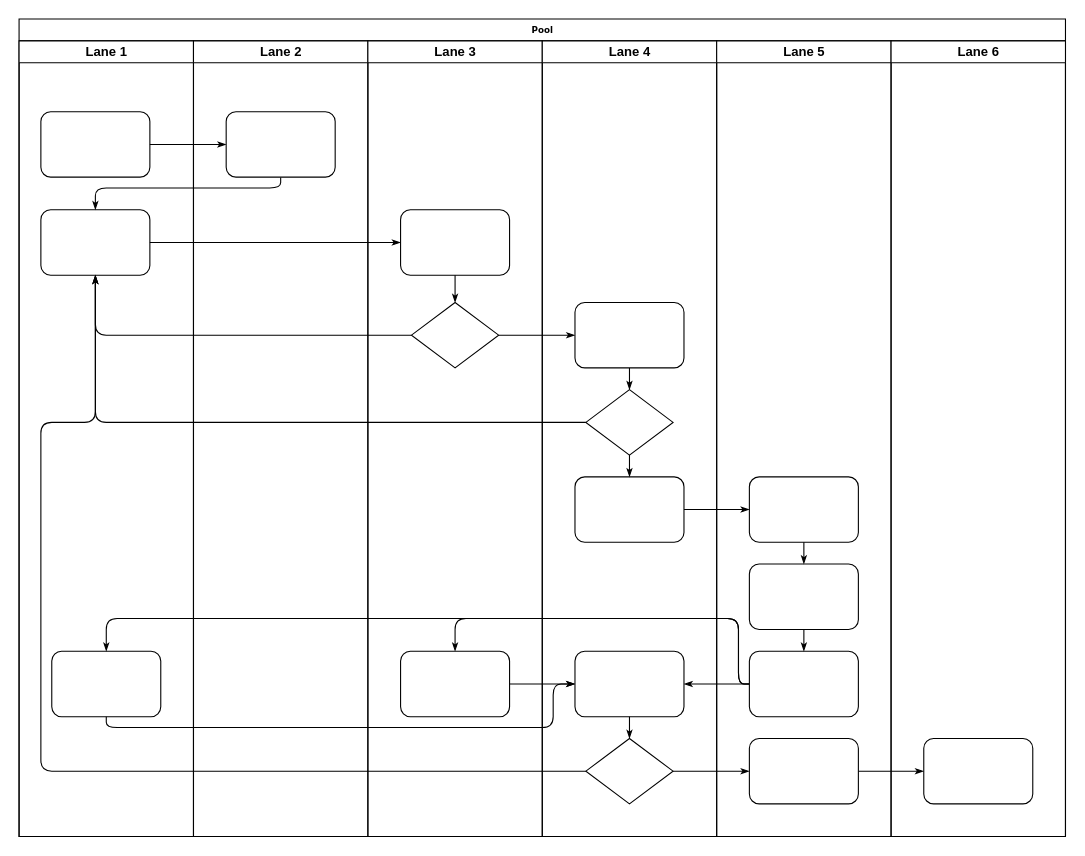
The draw.io diagram Untitled Diagram.drawio in mookeng49/Flowchart, before the edit. Source tidied: cells renumbered, new cells numbered last; positions are measured from the earlier drawing's top-left corner, leaving out a move shared by most shapes. Both pictures are drawn from the tidied source at 109%, with x=0, y=0 at pixel (19, 19).
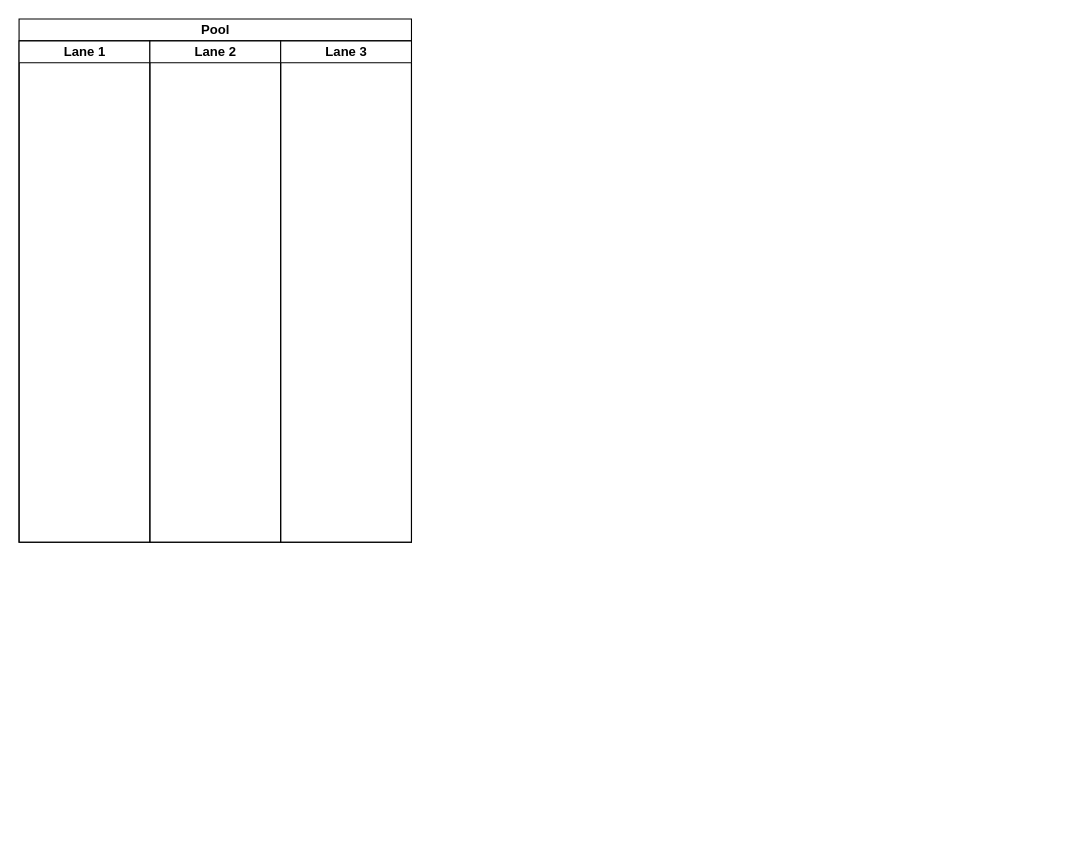
The same diagram, later.

What changed in the source:
```diff
@@
-<mxGraphModel background="#ffffff">
+<mxGraphModel>
@@
-    <mxCell id="2" value="Pool" style="swimlane;html=1;startSize=20;rounded=0;shadow=0;labelBackgroundColor=none;strokeWidth=1;fontFamily=Verdana;fontSize=8;align=center;" parent="1" vertex="1">
-      <mxGeometry width="960" height="750" as="geometry" />
+    <mxCell id="2" value="Pool" style="swimlane;html=1;startSize=20;" parent="1" vertex="1">
+      <mxGeometry width="360" height="480" as="geometry" />
     </mxCell>
     <mxCell id="3" value="Lane 1" style="swimlane;html=1;startSize=20;" parent="2" vertex="1">
-      <mxGeometry y="20" width="160" height="730" as="geometry" />
+      <mxGeometry y="20" width="120" height="460" as="geometry" />
     </mxCell>
-    <mxCell id="4" style="rounded=1;whiteSpace=wrap;html=1;shadow=0;labelBackgroundColor=none;strokeWidth=1;fontFamily=Verdana;fontSize=8;align=center;" parent="3" vertex="1">
-      <mxGeometry x="20" y="65" width="100" height="60" as="geometry" />
-    </mxCell>
-    <mxCell id="5" style="rounded=1;whiteSpace=wrap;html=1;shadow=0;labelBackgroundColor=none;strokeWidth=1;fontFamily=Verdana;fontSize=8;align=center;" parent="3" vertex="1">
-      <mxGeometry x="20" y="155" width="100" height="60" as="geometry" />
-    </mxCell>
-    <mxCell id="6" style="rounded=1;whiteSpace=wrap;html=1;shadow=0;labelBackgroundColor=none;strokeWidth=1;fontFamily=Verdana;fontSize=8;align=center;" parent="3" vertex="1">
-      <mxGeometry x="30" y="560" width="100" height="60" as="geometry" />
-    </mxCell>
-    <mxCell id="7" style="edgeStyle=orthogonalEdgeStyle;rounded=1;html=1;labelBackgroundColor=none;startArrow=none;startFill=0;startSize=5;endArrow=classicThin;endFill=1;endSize=5;jettySize=auto;strokeWidth=1;fontFamily=Verdana;fontSize=8;" parent="2" edge="1" source="4" target="23">
-      <mxGeometry relative="1" as="geometry" />
-    </mxCell>
-    <mxCell id="8" style="edgeStyle=orthogonalEdgeStyle;rounded=1;html=1;labelBackgroundColor=none;startArrow=none;startFill=0;startSize=5;endArrow=classicThin;endFill=1;endSize=5;jettySize=auto;strokeWidth=1;fontFamily=Verdana;fontSize=8;" parent="2" edge="1" source="23" target="5">
-      <mxGeometry relative="1" as="geometry">
-        <Array as="points">
-          <mxPoint x="240" y="155" />
-          <mxPoint x="70" y="155" />
-        </Array>
-      </mxGeometry>
-    </mxCell>
-    <mxCell id="9" style="edgeStyle=orthogonalEdgeStyle;rounded=1;html=1;labelBackgroundColor=none;startArrow=none;startFill=0;startSize=5;endArrow=classicThin;endFill=1;endSize=5;jettySize=auto;strokeWidth=1;fontFamily=Verdana;fontSize=8;" parent="2" edge="1" source="5" target="25">
-      <mxGeometry relative="1" as="geometry" />
-    </mxCell>
-    <mxCell id="10" style="edgeStyle=orthogonalEdgeStyle;rounded=1;html=1;labelBackgroundColor=none;startArrow=none;startFill=0;startSize=5;endArrow=classicThin;endFill=1;endSize=5;jettySize=auto;strokeWidth=1;fontFamily=Verdana;fontSize=8;" parent="2" edge="1" source="26" target="5">
-      <mxGeometry relative="1" as="geometry" />
-    </mxCell>
-    <mxCell id="11" style="edgeStyle=orthogonalEdgeStyle;rounded=1;html=1;labelBackgroundColor=none;startArrow=none;startFill=0;startSize=5;endArrow=classicThin;endFill=1;endSize=5;jettySize=auto;strokeWidth=1;fontFamily=Verdana;fontSize=8;" parent="2" edge="1" source="31" target="5">
-      <mxGeometry relative="1" as="geometry" />
-    </mxCell>
-    <mxCell id="12" style="edgeStyle=orthogonalEdgeStyle;rounded=1;html=1;labelBackgroundColor=none;startArrow=none;startFill=0;startSize=5;endArrow=classicThin;endFill=1;endSize=5;jettySize=auto;strokeWidth=1;fontFamily=Verdana;fontSize=8;" parent="2" edge="1" source="34" target="5">
-      <mxGeometry relative="1" as="geometry">
-        <Array as="points">
-          <mxPoint x="20" y="690" />
-          <mxPoint x="20" y="370" />
-          <mxPoint x="70" y="370" />
-        </Array>
-      </mxGeometry>
-    </mxCell>
-    <mxCell id="13" style="edgeStyle=orthogonalEdgeStyle;rounded=1;html=1;labelBackgroundColor=none;startArrow=none;startFill=0;startSize=5;endArrow=classicThin;endFill=1;endSize=5;jettySize=auto;strokeWidth=1;fontFamily=Verdana;fontSize=8;" parent="2" edge="1" source="26" target="30">
-      <mxGeometry relative="1" as="geometry" />
-    </mxCell>
-    <mxCell id="14" style="edgeStyle=orthogonalEdgeStyle;rounded=1;html=1;labelBackgroundColor=none;startArrow=none;startFill=0;startSize=5;endArrow=classicThin;endFill=1;endSize=5;jettySize=auto;strokeWidth=1;fontFamily=Verdana;fontSize=8;" parent="2" edge="1" source="34" target="42">
-      <mxGeometry relative="1" as="geometry" />
-    </mxCell>
-    <mxCell id="15" style="edgeStyle=orthogonalEdgeStyle;rounded=1;html=1;labelBackgroundColor=none;startArrow=none;startFill=0;startSize=5;endArrow=classicThin;endFill=1;endSize=5;jettySize=auto;strokeWidth=1;fontFamily=Verdana;fontSize=8;" parent="2" edge="1" source="42" target="46">
-      <mxGeometry relative="1" as="geometry" />
-    </mxCell>
-    <mxCell id="16" style="edgeStyle=orthogonalEdgeStyle;rounded=1;html=1;labelBackgroundColor=none;startArrow=none;startFill=0;startSize=5;endArrow=classicThin;endFill=1;endSize=5;jettySize=auto;strokeWidth=1;fontFamily=Verdana;fontSize=8;" parent="2" edge="1" source="32" target="39">
-      <mxGeometry relative="1" as="geometry" />
-    </mxCell>
-    <mxCell id="17" style="edgeStyle=orthogonalEdgeStyle;rounded=1;html=1;labelBackgroundColor=none;startArrow=none;startFill=0;startSize=5;endArrow=classicThin;endFill=1;endSize=5;jettySize=auto;strokeWidth=1;fontFamily=Verdana;fontSize=8;" parent="2" edge="1" source="41" target="27">
-      <mxGeometry relative="1" as="geometry">
-        <Array as="points">
-          <mxPoint x="660" y="610" />
-          <mxPoint x="660" y="550" />
-          <mxPoint x="400" y="550" />
-        </Array>
-      </mxGeometry>
-    </mxCell>
-    <mxCell id="18" style="edgeStyle=orthogonalEdgeStyle;rounded=1;html=1;labelBackgroundColor=none;startArrow=none;startFill=0;startSize=5;endArrow=classicThin;endFill=1;endSize=5;jettySize=auto;strokeColor=#000000;strokeWidth=1;fontFamily=Verdana;fontSize=8;fontColor=#000000;" parent="2" edge="1" source="41" target="33">
-      <mxGeometry relative="1" as="geometry" />
-    </mxCell>
-    <mxCell id="19" style="edgeStyle=orthogonalEdgeStyle;rounded=1;html=1;labelBackgroundColor=none;startArrow=none;startFill=0;startSize=5;endArrow=classicThin;endFill=1;endSize=5;jettySize=auto;strokeWidth=1;fontFamily=Verdana;fontSize=8;" parent="2" edge="1" source="41" target="6">
-      <mxGeometry relative="1" as="geometry">
-        <Array as="points">
-          <mxPoint x="660" y="610" />
-          <mxPoint x="660" y="550" />
-          <mxPoint x="80" y="550" />
-        </Array>
-      </mxGeometry>
-    </mxCell>
-    <mxCell id="20" style="edgeStyle=orthogonalEdgeStyle;rounded=1;html=1;labelBackgroundColor=none;startArrow=none;startFill=0;startSize=5;endArrow=classicThin;endFill=1;endSize=5;jettySize=auto;strokeWidth=1;fontFamily=Verdana;fontSize=8;" parent="2" edge="1" source="6" target="33">
-      <mxGeometry relative="1" as="geometry">
-        <Array as="points">
-          <mxPoint x="80" y="650" />
-          <mxPoint x="490" y="650" />
-          <mxPoint x="490" y="610" />
-        </Array>
-      </mxGeometry>
-    </mxCell>
-    <mxCell id="21" style="edgeStyle=orthogonalEdgeStyle;rounded=1;html=1;labelBackgroundColor=none;startArrow=none;startFill=0;startSize=5;endArrow=classicThin;endFill=1;endSize=5;jettySize=auto;strokeWidth=1;fontFamily=Verdana;fontSize=8;" parent="2" edge="1" source="27" target="33">
-      <mxGeometry relative="1" as="geometry" />
-    </mxCell>
     <mxCell id="22" value="Lane 2" style="swimlane;html=1;startSize=20;" parent="2" vertex="1">
-      <mxGeometry x="160" y="20" width="160" height="730" as="geometry" />
+      <mxGeometry x="120" y="20" width="120" height="460" as="geometry" />
     </mxCell>
-    <mxCell id="23" style="rounded=1;whiteSpace=wrap;html=1;shadow=0;labelBackgroundColor=none;strokeWidth=1;fontFamily=Verdana;fontSize=8;align=center;" parent="22" vertex="1">
-      <mxGeometry x="30" y="65" width="100" height="60" as="geometry" />
-    </mxCell>
     <mxCell id="24" value="Lane 3" style="swimlane;html=1;startSize=20;" parent="2" vertex="1">
-      <mxGeometry x="320" y="20" width="160" height="730" as="geometry" />
+      <mxGeometry x="240" y="20" width="120" height="460" as="geometry" />
     </mxCell>
-    <mxCell id="25" style="rounded=1;whiteSpace=wrap;html=1;shadow=0;labelBackgroundColor=none;strokeWidth=1;fontFamily=Verdana;fontSize=8;align=center;" parent="24" vertex="1">
-      <mxGeometry x="30" y="155" width="100" height="60" as="geometry" />
-    </mxCell>
-    <mxCell id="26" style="rhombus;whiteSpace=wrap;html=1;rounded=0;shadow=0;labelBackgroundColor=none;strokeWidth=1;fontFamily=Verdana;fontSize=8;align=center;" parent="24" vertex="1">
-      <mxGeometry x="40" y="240" width="80" height="60" as="geometry" />
-    </mxCell>
-    <mxCell id="27" style="rounded=1;whiteSpace=wrap;html=1;shadow=0;labelBackgroundColor=none;strokeWidth=1;fontFamily=Verdana;fontSize=8;align=center;" parent="24" vertex="1">
-      <mxGeometry x="30" y="560" width="100" height="60" as="geometry" />
-    </mxCell>
-    <mxCell id="28" style="edgeStyle=orthogonalEdgeStyle;rounded=1;html=1;labelBackgroundColor=none;startArrow=none;startFill=0;startSize=5;endArrow=classicThin;endFill=1;endSize=5;jettySize=auto;strokeWidth=1;fontFamily=Verdana;fontSize=8;" parent="24" edge="1" source="25" target="26">
-      <mxGeometry relative="1" as="geometry" />
-    </mxCell>
-    <mxCell id="29" value="Lane 4" style="swimlane;html=1;startSize=20;" parent="2" vertex="1">
-      <mxGeometry x="480" y="20" width="160" height="730" as="geometry" />
-    </mxCell>
-    <mxCell id="30" style="rounded=1;whiteSpace=wrap;html=1;shadow=0;labelBackgroundColor=none;strokeWidth=1;fontFamily=Verdana;fontSize=8;align=center;" parent="29" vertex="1">
-      <mxGeometry x="30" y="240" width="100" height="60" as="geometry" />
-    </mxCell>
-    <mxCell id="31" style="rhombus;whiteSpace=wrap;html=1;rounded=0;shadow=0;labelBackgroundColor=none;strokeWidth=1;fontFamily=Verdana;fontSize=8;align=center;" parent="29" vertex="1">
-      <mxGeometry x="40" y="320" width="80" height="60" as="geometry" />
-    </mxCell>
-    <mxCell id="32" style="rounded=1;whiteSpace=wrap;html=1;shadow=0;labelBackgroundColor=none;strokeWidth=1;fontFamily=Verdana;fontSize=8;align=center;" parent="29" vertex="1">
-      <mxGeometry x="30" y="400" width="100" height="60" as="geometry" />
-    </mxCell>
-    <mxCell id="33" style="rounded=1;whiteSpace=wrap;html=1;shadow=0;labelBackgroundColor=none;strokeWidth=1;fontFamily=Verdana;fontSize=8;align=center;" parent="29" vertex="1">
-      <mxGeometry x="30" y="560" width="100" height="60" as="geometry" />
-    </mxCell>
-    <mxCell id="34" style="rhombus;whiteSpace=wrap;html=1;rounded=0;shadow=0;labelBackgroundColor=none;strokeWidth=1;fontFamily=Verdana;fontSize=8;align=center;" parent="29" vertex="1">
-      <mxGeometry x="40" y="640" width="80" height="60" as="geometry" />
-    </mxCell>
-    <mxCell id="35" style="edgeStyle=orthogonalEdgeStyle;rounded=1;html=1;labelBackgroundColor=none;startArrow=none;startFill=0;startSize=5;endArrow=classicThin;endFill=1;endSize=5;jettySize=auto;strokeColor=#000000;strokeWidth=1;fontFamily=Verdana;fontSize=8;fontColor=#000000;" parent="29" edge="1" source="30" target="31">
-      <mxGeometry relative="1" as="geometry" />
-    </mxCell>
-    <mxCell id="36" style="edgeStyle=orthogonalEdgeStyle;rounded=1;html=1;labelBackgroundColor=none;startArrow=none;startFill=0;startSize=5;endArrow=classicThin;endFill=1;endSize=5;jettySize=auto;strokeWidth=1;fontFamily=Verdana;fontSize=8;" parent="29" edge="1" source="31" target="32">
-      <mxGeometry relative="1" as="geometry" />
-    </mxCell>
-    <mxCell id="37" style="edgeStyle=orthogonalEdgeStyle;rounded=1;html=1;labelBackgroundColor=none;startArrow=none;startFill=0;startSize=5;endArrow=classicThin;endFill=1;endSize=5;jettySize=auto;strokeWidth=1;fontFamily=Verdana;fontSize=8;" parent="29" edge="1" source="33" target="34">
-      <mxGeometry relative="1" as="geometry" />
-    </mxCell>
-    <mxCell id="38" value="Lane 5" style="swimlane;html=1;startSize=20;" parent="2" vertex="1">
-      <mxGeometry x="640" y="20" width="160" height="730" as="geometry" />
-    </mxCell>
-    <mxCell id="39" style="rounded=1;whiteSpace=wrap;html=1;shadow=0;labelBackgroundColor=none;strokeWidth=1;fontFamily=Verdana;fontSize=8;align=center;" parent="38" vertex="1">
-      <mxGeometry x="30" y="400" width="100" height="60" as="geometry" />
-    </mxCell>
-    <mxCell id="40" style="rounded=1;whiteSpace=wrap;html=1;shadow=0;labelBackgroundColor=none;strokeWidth=1;fontFamily=Verdana;fontSize=8;align=center;" parent="38" vertex="1">
-      <mxGeometry x="30" y="480" width="100" height="60" as="geometry" />
-    </mxCell>
-    <mxCell id="41" style="rounded=1;whiteSpace=wrap;html=1;shadow=0;labelBackgroundColor=none;strokeWidth=1;fontFamily=Verdana;fontSize=8;align=center;" parent="38" vertex="1">
-      <mxGeometry x="30" y="560" width="100" height="60" as="geometry" />
-    </mxCell>
-    <mxCell id="42" style="rounded=1;whiteSpace=wrap;html=1;shadow=0;labelBackgroundColor=none;strokeWidth=1;fontFamily=Verdana;fontSize=8;align=center;" parent="38" vertex="1">
-      <mxGeometry x="30" y="640" width="100" height="60" as="geometry" />
-    </mxCell>
-    <mxCell id="43" style="edgeStyle=orthogonalEdgeStyle;rounded=1;html=1;labelBackgroundColor=none;startArrow=none;startFill=0;startSize=5;endArrow=classicThin;endFill=1;endSize=5;jettySize=auto;strokeWidth=1;fontFamily=Verdana;fontSize=8;" parent="38" edge="1" source="39" target="40">
-      <mxGeometry relative="1" as="geometry" />
-    </mxCell>
-    <mxCell id="44" style="edgeStyle=orthogonalEdgeStyle;rounded=1;html=1;labelBackgroundColor=none;startArrow=none;startFill=0;startSize=5;endArrow=classicThin;endFill=1;endSize=5;jettySize=auto;strokeWidth=1;fontFamily=Verdana;fontSize=8;" parent="38" edge="1" source="40" target="41">
-      <mxGeometry relative="1" as="geometry" />
-    </mxCell>
-    <mxCell id="45" value="Lane 6" style="swimlane;html=1;startSize=20;" parent="2" vertex="1">
-      <mxGeometry x="800" y="20" width="160" height="730" as="geometry" />
-    </mxCell>
-    <mxCell id="46" style="rounded=1;whiteSpace=wrap;html=1;shadow=0;labelBackgroundColor=none;strokeWidth=1;fontFamily=Verdana;fontSize=8;align=center;" parent="45" vertex="1">
-      <mxGeometry x="30" y="640" width="100" height="60" as="geometry" />
-    </mxCell>
```
